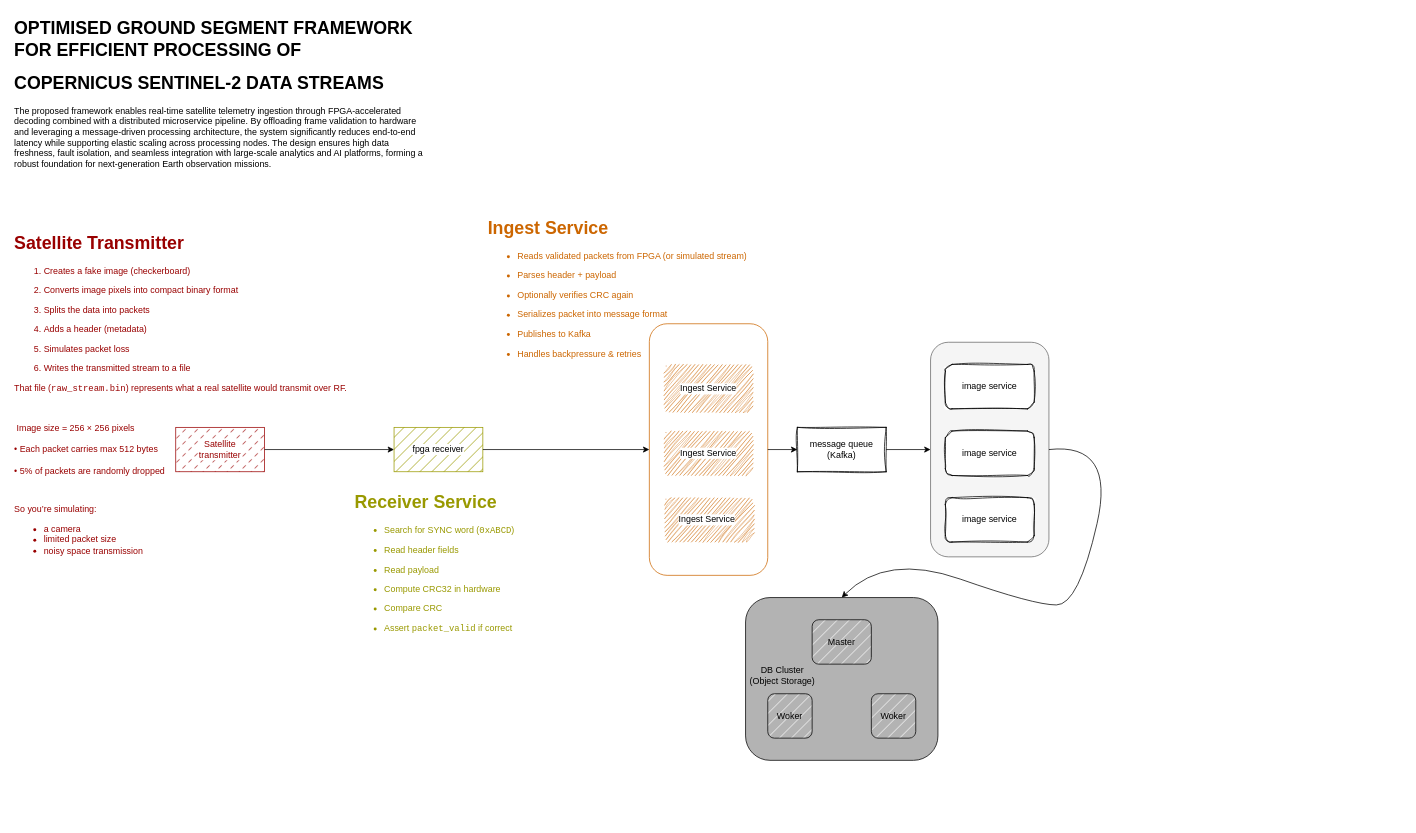
Earlier version of the draw.io diagram SA1.drawio (brilliantnarlo/system-design). Source tidied: cells renumbered, new cells numbered last; positions are measured from the earlier drawing's top-left corner, leaving out a move shared by most shapes. Both pictures are drawn from the tidied source at 74%, with x=0, y=0 at pixel (13, 13).
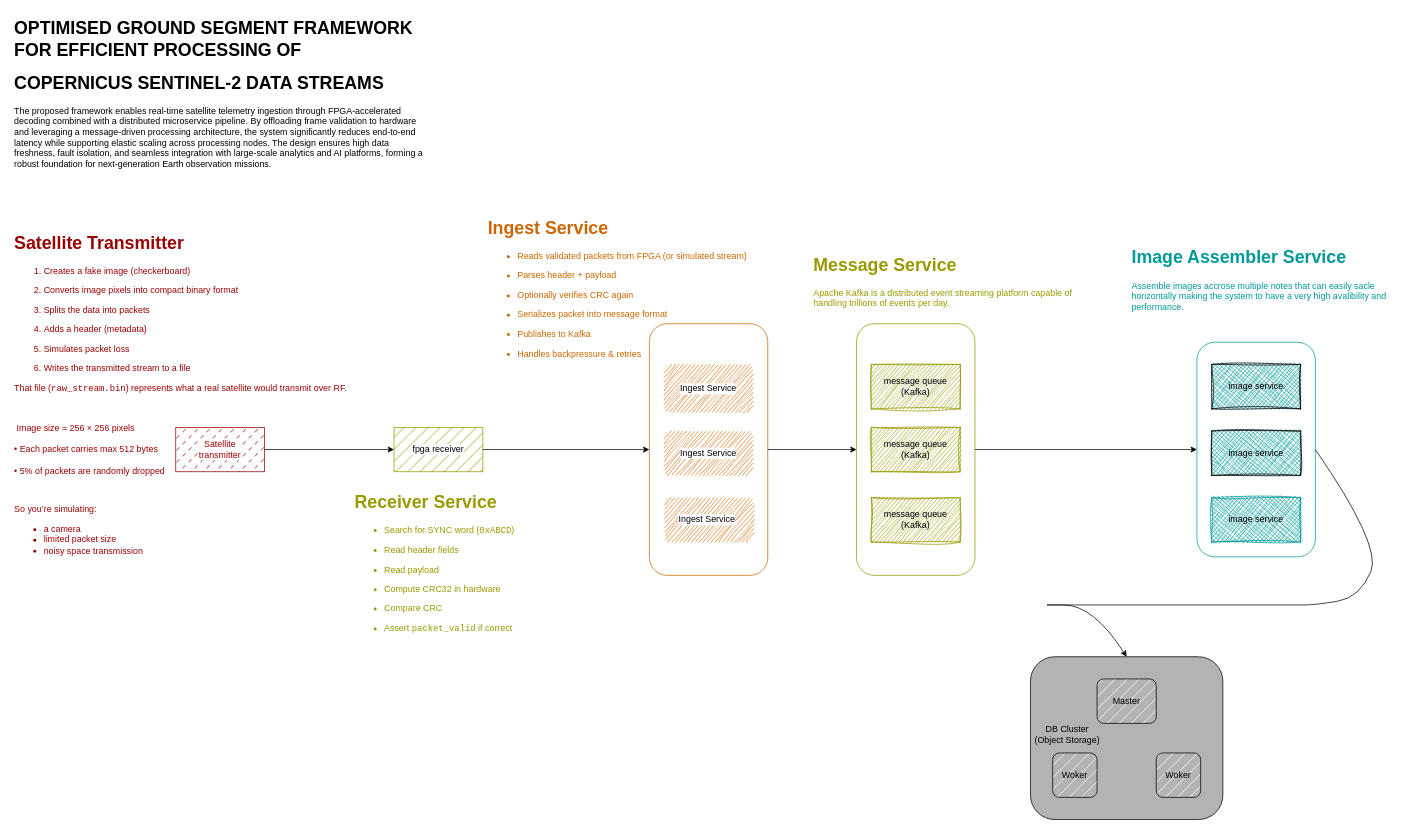
Above is the later version.

The change refers to these unchanged cells:
```xml
<mxCell id="2" style="rounded=1;whiteSpace=wrap;html=1;fillColor=none;strokeColor=#CC6600;fillStyle=cross-hatch;" parent="1" vertex="1">
  <mxGeometry x="860" y="420" width="160" height="340" as="geometry" />
</mxCell>
```

What changed in the source:
```diff
@@
+    <mxCell id="30" style="rounded=1;whiteSpace=wrap;html=1;fillColor=none;strokeColor=#999900;fillStyle=cross-hatch;" parent="1" vertex="1">
+      <mxGeometry x="1140" y="420" width="160" height="340" as="geometry" />
+    </mxCell>
@@
     <mxCell id="3" style="rounded=1;whiteSpace=wrap;html=1;fillColor=#B3B3B3;" parent="1" vertex="1">
-      <mxGeometry x="990" y="790" width="260" height="220" as="geometry" />
+      <mxGeometry x="1375" y="870" width="260" height="220" as="geometry" />
     </mxCell>
@@
-    <mxCell id="11" value="message queue (Kafka)" style="rounded=0;whiteSpace=wrap;html=1;sketch=1;curveFitting=1;jiggle=2;glass=0;" parent="1" vertex="1">
-      <mxGeometry x="1060" y="560" width="120" height="60" as="geometry" />
+    <mxCell id="11" value="message queue (Kafka)" style="rounded=0;whiteSpace=wrap;html=1;sketch=1;curveFitting=1;jiggle=2;glass=0;fillColor=#999900;strokeColor=#999900;" parent="1" vertex="1">
+      <mxGeometry x="1160" y="560" width="120" height="60" as="geometry" />
     </mxCell>
-    <mxCell id="12" style="rounded=1;whiteSpace=wrap;html=1;fillColor=#f5f5f5;fontColor=#333333;strokeColor=#666666;" parent="1" vertex="1">
-      <mxGeometry x="1240" y="445" width="160" height="290" as="geometry" />
+    <mxCell id="12" style="rounded=1;whiteSpace=wrap;html=1;fillColor=none;fontColor=#333333;strokeColor=#009999;" parent="1" vertex="1">
+      <mxGeometry x="1600" y="445" width="160" height="290" as="geometry" />
     </mxCell>
-    <mxCell id="13" value="image service" style="rounded=1;whiteSpace=wrap;html=1;sketch=1;curveFitting=1;jiggle=2;" parent="1" vertex="1">
-      <mxGeometry x="1260" y="475" width="120" height="60" as="geometry" />
+    <mxCell id="13" value="image service" style="rounded=0;whiteSpace=wrap;html=1;sketch=1;curveFitting=1;jiggle=2;fillColor=#009999;fillStyle=cross-hatch;" parent="1" vertex="1">
+      <mxGeometry x="1620" y="475" width="120" height="60" as="geometry" />
     </mxCell>
-    <mxCell id="14" value="image service" style="rounded=1;whiteSpace=wrap;html=1;sketch=1;curveFitting=1;jiggle=2;" parent="1" vertex="1">
-      <mxGeometry x="1260" y="565" width="120" height="60" as="geometry" />
+    <mxCell id="14" value="image service" style="rounded=0;whiteSpace=wrap;html=1;sketch=1;curveFitting=1;jiggle=2;fillColor=#009999;fillStyle=cross-hatch;" parent="1" vertex="1">
+      <mxGeometry x="1620" y="565" width="120" height="60" as="geometry" />
     </mxCell>
-    <mxCell id="15" value="image service" style="rounded=1;whiteSpace=wrap;html=1;sketch=1;curveFitting=1;jiggle=2;" parent="1" vertex="1">
-      <mxGeometry x="1260" y="655" width="120" height="60" as="geometry" />
+    <mxCell id="15" value="image service" style="rounded=0;whiteSpace=wrap;html=1;fillColor=#009999;strokeColor=#009999;sketch=1;curveFitting=1;jiggle=2;fillStyle=cross-hatch;" parent="1" vertex="1">
+      <mxGeometry x="1620" y="655" width="120" height="60" as="geometry" />
     </mxCell>
-    <mxCell id="16" style="endArrow=classic;html=1;rounded=0;exitX=1;exitY=0.5;exitDx=0;exitDy=0;entryX=0;entryY=0.5;entryDx=0;entryDy=0;flowAnimation=1;" parent="1" edge="1" source="2" target="11">
-      <mxGeometry relative="1" as="geometry" />
-    </mxCell>
-    <mxCell id="17" style="endArrow=classic;html=1;rounded=0;exitX=1;exitY=0.5;exitDx=0;exitDy=0;entryX=0;entryY=0.5;entryDx=0;entryDy=0;flowAnimation=1;" parent="1" edge="1" source="11" target="12">
+    <mxCell id="17" style="endArrow=classic;html=1;rounded=0;exitX=1;exitY=0.5;exitDx=0;exitDy=0;entryX=0;entryY=0.5;entryDx=0;entryDy=0;flowAnimation=1;" parent="1" edge="1" source="30" target="12">
       <mxGeometry relative="1" as="geometry" />
     </mxCell>
     <mxCell id="18" value="Master" style="rounded=1;whiteSpace=wrap;html=1;rotation=0;fillStyle=hatch;" parent="1" vertex="1">
-      <mxGeometry x="1080" y="820" width="80" height="60" as="geometry" />
+      <mxGeometry x="1465" y="900" width="80" height="60" as="geometry" />
     </mxCell>
     <mxCell id="19" value="Woker" style="rounded=1;whiteSpace=wrap;html=1;rotation=0;fillStyle=hatch;" parent="1" vertex="1">
-      <mxGeometry x="1020" y="920" width="60" height="60" as="geometry" />
+      <mxGeometry x="1405" y="1000" width="60" height="60" as="geometry" />
     </mxCell>
     <mxCell id="20" value="Woker" style="rounded=1;whiteSpace=wrap;html=1;rotation=0;fillStyle=hatch;" parent="1" vertex="1">
-      <mxGeometry x="1160" y="920" width="60" height="60" as="geometry" />
+      <mxGeometry x="1545" y="1000" width="60" height="60" as="geometry" />
     </mxCell>
     <mxCell id="21" value="DB Cluster (Object Storage)" style="text;html=1;whiteSpace=wrap;strokeColor=none;fillColor=none;align=center;verticalAlign=middle;rounded=0;" parent="1" vertex="1">
-      <mxGeometry x="990" y="880" width="100" height="30" as="geometry" />
+      <mxGeometry x="1375" y="960" width="100" height="30" as="geometry" />
     </mxCell>
     <mxCell id="22" style="curved=1;endArrow=classic;html=1;rounded=0;exitX=1;exitY=0.5;exitDx=0;exitDy=0;entryX=0.5;entryY=0;entryDx=0;entryDy=0;flowAnimation=1;" parent="1" edge="1" source="12" target="3">
       <mxGeometry relative="1" as="geometry">
         <Array as="points">
-          <mxPoint x="1490" y="580" />
+          <mxPoint x="1850" y="720" />
+          <mxPoint x="1820" y="790" />
+          <mxPoint x="1760" y="800" />
+          <mxPoint x="1730" y="800" />
           <mxPoint x="1440" y="800" />
           <mxPoint x="1380" y="800" />
-          <mxPoint x="1180" y="730" />
+          <mxPoint x="1460" y="800" />
         </Array>
       </mxGeometry>
     </mxCell>
@@
     <mxCell id="25" value="&lt;h1 style=&quot;margin-top: 0px;&quot;&gt;Ingest Service&lt;/h1&gt;&lt;div&gt;&lt;ul&gt;&lt;li&gt;&lt;p&gt;Reads validated packets from FPGA (or simulated stream)&lt;/p&gt;&lt;/li&gt;&lt;li&gt;&lt;p&gt;Parses header + payload&lt;/p&gt;&lt;/li&gt;&lt;li&gt;&lt;p&gt;Optionally verifies CRC again&lt;/p&gt;&lt;/li&gt;&lt;li&gt;&lt;p&gt;Serializes packet into message format&lt;/p&gt;&lt;/li&gt;&lt;li&gt;&lt;p&gt;Publishes to Kafka&lt;/p&gt;&lt;/li&gt;&lt;li&gt;&lt;p&gt;Handles backpressure &amp;amp; retries&lt;/p&gt;&lt;/li&gt;&lt;/ul&gt;&lt;div&gt;&lt;br&gt;&lt;/div&gt;&lt;div&gt;&lt;br&gt;&lt;/div&gt;&lt;div&gt;&lt;br&gt;&lt;/div&gt;&lt;br&gt;&lt;br&gt;&lt;br&gt;&lt;br&gt;&lt;br&gt;&lt;/div&gt;&lt;ul&gt;&lt;br&gt;&lt;/ul&gt;" style="text;html=1;whiteSpace=wrap;overflow=hidden;rounded=0;fillColor=none;strokeColor=none;fontStyle=0;fontColor=#CC6600;" parent="1" vertex="1">
-      <mxGeometry x="640" y="270" width="470" height="230" as="geometry" />
+      <mxGeometry x="640" y="270" width="360" height="230" as="geometry" />
     </mxCell>
@@
+    <mxCell id="31" value="&lt;h1 style=&quot;margin-top: 0px;&quot;&gt;Message Service&lt;/h1&gt;&lt;div&gt;Apache Kafka is a distributed event streaming platform capable of handling trillions of events per day.&lt;/div&gt;&lt;div&gt;&lt;br&gt;&lt;br&gt;&lt;br&gt;&lt;br&gt;&lt;br&gt;&lt;/div&gt;&lt;ul&gt;&lt;br&gt;&lt;/ul&gt;" style="text;html=1;whiteSpace=wrap;overflow=hidden;rounded=0;fillColor=none;strokeColor=none;fontStyle=0;fontColor=#999900;" parent="1" vertex="1">
+      <mxGeometry x="1080" y="320" width="370" height="110" as="geometry" />
+    </mxCell>
+    <mxCell id="32" value="message queue (Kafka)" style="rounded=0;whiteSpace=wrap;html=1;sketch=1;curveFitting=1;jiggle=2;glass=0;fillColor=#999900;strokeColor=#999900;" parent="1" vertex="1">
+      <mxGeometry x="1160" y="475" width="120" height="60" as="geometry" />
+    </mxCell>
+    <mxCell id="33" value="message queue (Kafka)" style="rounded=0;whiteSpace=wrap;html=1;sketch=1;curveFitting=1;jiggle=2;glass=0;fillColor=#999900;strokeColor=#999900;" parent="1" vertex="1">
+      <mxGeometry x="1160" y="655" width="120" height="60" as="geometry" />
+    </mxCell>
+    <mxCell id="34" style="endArrow=classic;html=1;rounded=0;entryX=0;entryY=0.5;entryDx=0;entryDy=0;exitX=1;exitY=0.5;exitDx=0;exitDy=0;flowAnimation=1;" parent="1" edge="1" source="2" target="30">
+      <mxGeometry relative="1" as="geometry" />
+    </mxCell>
+    <mxCell id="35" value="&lt;h1 style=&quot;margin-top: 0px;&quot;&gt;Image Assembler Service&lt;/h1&gt;&lt;div&gt;Assemble images accrose multiple notes that can easily sacle horizontally making the system to have a very high avalibility and performance.&lt;/div&gt;&lt;div&gt;&lt;br&gt;&lt;br&gt;&lt;br&gt;&lt;/div&gt;&lt;ul&gt;&lt;br&gt;&lt;/ul&gt;" style="text;html=1;whiteSpace=wrap;overflow=hidden;rounded=0;fillColor=none;strokeColor=none;fontStyle=0;fontColor=#009999;" parent="1" vertex="1">
+      <mxGeometry x="1510" y="310" width="370" height="110" as="geometry" />
+    </mxCell>
```
